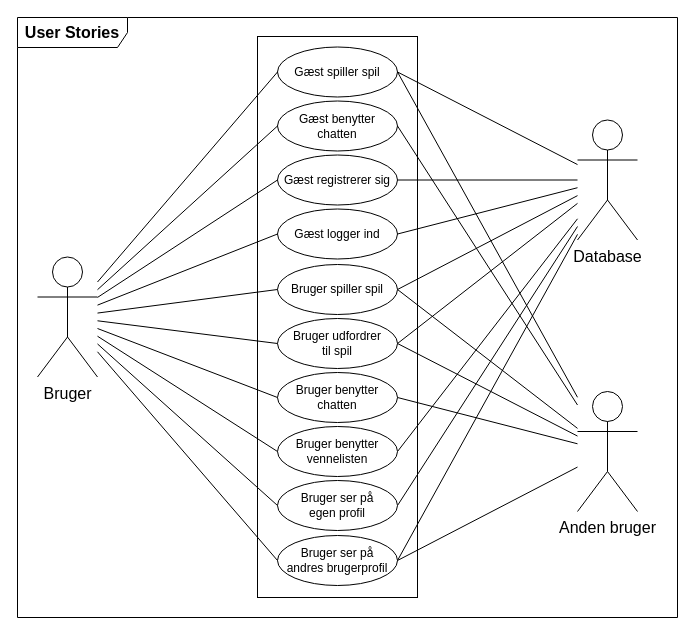
This is page "UserStory diagram" (2 of 3) of KravSpecDiagrammer.drawio from Macradon/I7BAC-PlugNPlay, a draw.io file, before an edit. Source tidied: cells renumbered, new cells numbered last; positions are measured from the earlier drawing's top-left corner, leaving out a move shared by most shapes. Both pictures are drawn from the tidied source at 100%, with x=0, y=0 at pixel (17, 17).
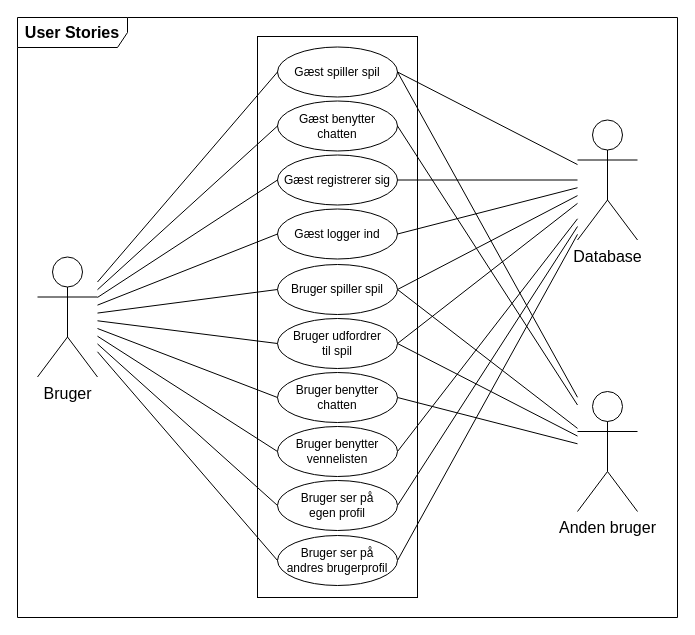
The same diagram, later.

The change refers to these unchanged cells:
```xml
<mxCell id="22" value="Bruger ser på&lt;br&gt;andres brugerprofil" style="ellipse;whiteSpace=wrap;html=1;" parent="1" vertex="1">
  <mxGeometry x="260" y="518" width="120" height="50" as="geometry" />
</mxCell>
<mxCell id="29" value="Anden bruger" style="shape=umlActor;verticalLabelPosition=bottom;verticalAlign=top;html=1;outlineConnect=0;fontSize=16;" parent="1" vertex="1">
  <mxGeometry x="560" y="374" width="60" height="120" as="geometry" />
</mxCell>
```

What changed in the source:
```diff
@@
-    <mxCell id="28" style="edgeStyle=none;rounded=0;jettySize=auto;html=1;entryX=1;entryY=0.5;entryDx=0;entryDy=0;startArrow=none;startFill=0;endArrow=none;endFill=0;fontSize=16;" parent="1" edge="1" source="29" target="22">
-      <mxGeometry relative="1" as="geometry" />
-    </mxCell>
```
